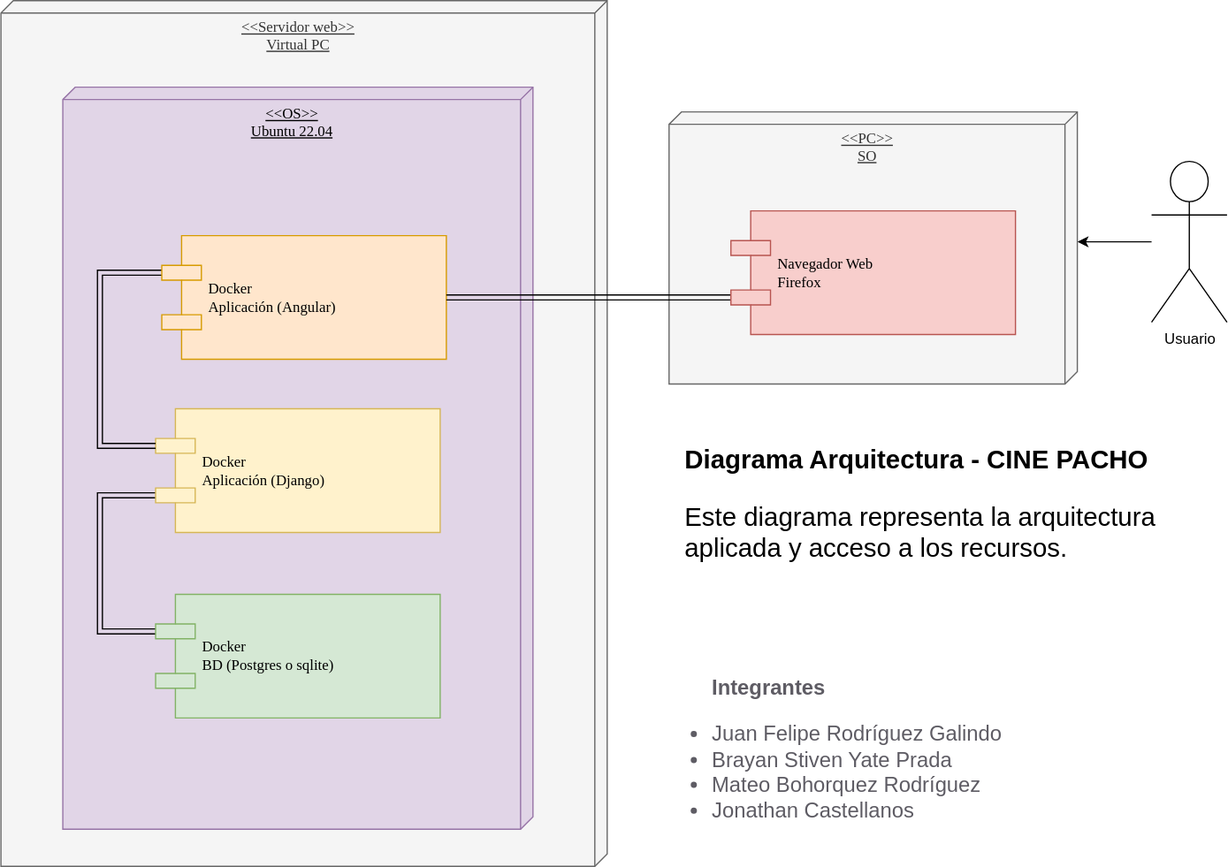
Before: docs/assets/images/pages/planeacion/DiagramaArquitectura.svg, a diagram exported from draw.io (Juferoga/patrones). Source tidied: cells renumbered, new cells last; positions are measured from the earlier drawing's top-left corner, leaving out a move shared by most shapes.
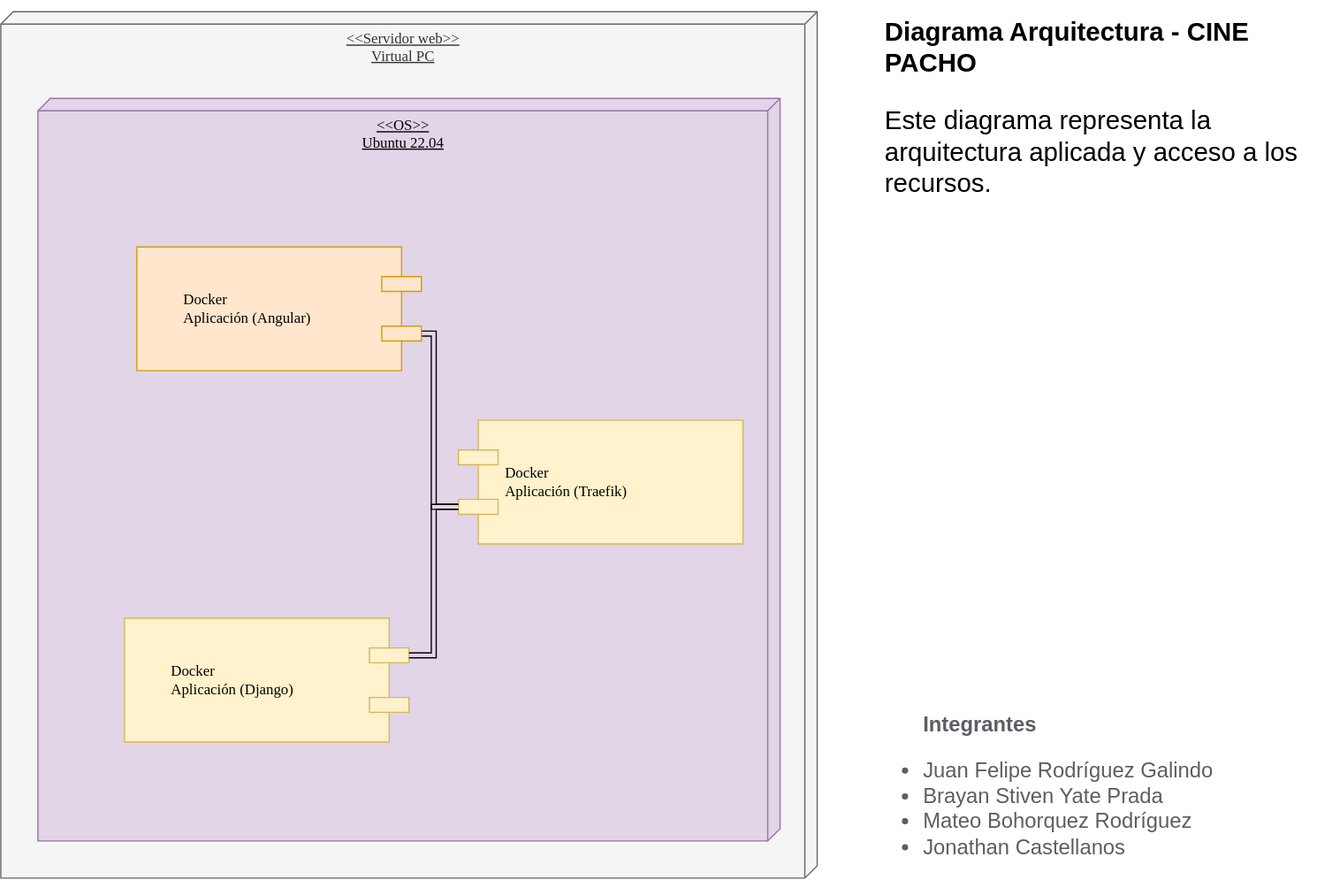
Above is the later version.

Diff of the diagram source:
```diff
@@ -3,56 +3,41 @@
     <mxCell id="0" />
     <mxCell id="1" parent="0" />
     <mxCell id="2" value="&lt;div&gt;&amp;lt;&amp;lt;Servidor web&amp;gt;&amp;gt;&lt;/div&gt;&lt;div&gt;Virtual PC&lt;br&gt;&lt;/div&gt;" style="verticalAlign=top;align=center;spacingTop=8;spacingLeft=2;spacingRight=12;shape=cube;size=10;direction=south;fontStyle=4;html=1;rounded=0;shadow=0;comic=0;labelBackgroundColor=none;strokeWidth=1;fontFamily=Verdana;fontSize=12;fillColor=#f5f5f5;fontColor=#333333;strokeColor=#666666;" parent="1" vertex="1">
-      <mxGeometry width="490" height="700" as="geometry" />
+      <mxGeometry x="-51" y="5" width="660" height="700" as="geometry" />
     </mxCell>
     <mxCell id="3" value="&lt;div&gt;&amp;lt;&amp;lt;OS&amp;gt;&amp;gt;&lt;/div&gt;&lt;div&gt;Ubuntu 22.04&lt;br&gt;&lt;/div&gt;" style="verticalAlign=top;align=center;spacingTop=8;spacingLeft=2;spacingRight=12;shape=cube;size=10;direction=south;fontStyle=4;html=1;rounded=0;shadow=0;comic=0;labelBackgroundColor=none;strokeWidth=1;fontFamily=Verdana;fontSize=12;fillColor=#e1d5e7;strokeColor=#9673a6;" parent="1" vertex="1">
-      <mxGeometry x="50" y="70" width="380" height="600" as="geometry" />
+      <mxGeometry x="-21" y="75" width="600" height="600" as="geometry" />
     </mxCell>
-    <mxCell id="4" style="edgeStyle=orthogonalEdgeStyle;rounded=0;jettySize=auto;html=1;exitX=0;exitY=0.7;exitDx=0;exitDy=0;entryX=0;entryY=0.3;entryDx=0;entryDy=0;shape=link;" parent="1" edge="1" source="5" target="8">
-      <mxGeometry relative="1" as="geometry">
-        <Array as="points">
-          <mxPoint x="80" y="400" />
-          <mxPoint x="80" y="510" />
-        </Array>
-      </mxGeometry>
-    </mxCell>
-    <mxCell id="5" value="&lt;div&gt;Docker &lt;br&gt;&lt;/div&gt;&lt;div&gt;Aplicación (Django)&lt;br&gt;&lt;/div&gt;" style="shape=component;align=left;spacingLeft=36;rounded=0;shadow=0;comic=0;labelBackgroundColor=none;strokeWidth=1;fontFamily=Verdana;fontSize=12;html=1;fillColor=#fff2cc;strokeColor=#d6b656;" parent="1" vertex="1">
-      <mxGeometry x="125" y="330" width="230" height="100" as="geometry" />
+    <mxCell id="5" value="&lt;div&gt;Docker &lt;br&gt;&lt;/div&gt;&lt;div&gt;Aplicación (Django)&lt;br&gt;&lt;/div&gt;" style="shape=component;align=left;spacingLeft=36;rounded=0;shadow=0;comic=0;labelBackgroundColor=none;strokeWidth=1;fontFamily=Verdana;fontSize=12;html=1;fillColor=#fff2cc;strokeColor=#d6b656;direction=west;" parent="1" vertex="1">
+      <mxGeometry x="49" y="495" width="230" height="100" as="geometry" />
     </mxCell>
-    <mxCell id="6" style="edgeStyle=orthogonalEdgeStyle;rounded=0;jettySize=auto;html=1;exitX=0;exitY=0.3;exitDx=0;exitDy=0;entryX=0;entryY=0.3;entryDx=0;entryDy=0;shape=link;" parent="1" edge="1" source="7" target="5">
+    <mxCell id="6" style="edgeStyle=orthogonalEdgeStyle;rounded=0;jettySize=auto;html=1;exitX=0;exitY=0.3;exitDx=0;exitDy=0;shape=link;entryX=0;entryY=0.7;entryDx=0;entryDy=0;" parent="1" edge="1" source="7" target="16">
       <mxGeometry relative="1" as="geometry">
         <Array as="points">
-          <mxPoint x="80" y="220" />
-          <mxPoint x="80" y="360" />
+          <mxPoint x="299" y="265" />
+          <mxPoint x="299" y="405" />
         </Array>
       </mxGeometry>
     </mxCell>
-    <mxCell id="7" value="&lt;div&gt;Docker &lt;br&gt;&lt;/div&gt;&lt;div&gt;Aplicación (Angular)&lt;br&gt;&lt;/div&gt;" style="shape=component;align=left;spacingLeft=36;rounded=0;shadow=0;comic=0;labelBackgroundColor=none;strokeWidth=1;fontFamily=Verdana;fontSize=12;html=1;fillColor=#ffe6cc;strokeColor=#d79b00;" parent="1" vertex="1">
-      <mxGeometry x="130" y="190" width="230" height="100" as="geometry" />
+    <mxCell id="7" value="&lt;div&gt;Docker &lt;br&gt;&lt;/div&gt;&lt;div&gt;Aplicación (Angular)&lt;br&gt;&lt;/div&gt;" style="shape=component;align=left;spacingLeft=36;rounded=0;shadow=0;comic=0;labelBackgroundColor=none;strokeWidth=1;fontFamily=Verdana;fontSize=12;html=1;fillColor=#ffe6cc;strokeColor=#d79b00;direction=west;" parent="1" vertex="1">
+      <mxGeometry x="59" y="195" width="230" height="100" as="geometry" />
     </mxCell>
-    <mxCell id="8" value="&lt;div&gt;Docker &lt;br&gt;&lt;/div&gt;&lt;div&gt;BD (Postgres o sqlite)&lt;br&gt;&lt;/div&gt;" style="shape=component;align=left;spacingLeft=36;rounded=0;shadow=0;comic=0;labelBackgroundColor=none;strokeWidth=1;fontFamily=Verdana;fontSize=12;html=1;fillColor=#d5e8d4;strokeColor=#82b366;" parent="1" vertex="1">
-      <mxGeometry x="125" y="480" width="230" height="100" as="geometry" />
-    </mxCell>
-    <mxCell id="9" style="edgeStyle=orthogonalEdgeStyle;rounded=0;jettySize=auto;html=1;entryX=0;entryY=0;entryDx=105;entryDy=0;entryPerimeter=0;" parent="1" edge="1" source="10" target="11">
-      <mxGeometry relative="1" as="geometry" />
-    </mxCell>
-    <mxCell id="10" value="Usuario" style="shape=umlActor;verticalLabelPosition=bottom;verticalAlign=top;html=1;outlineConnect=0;" parent="1" vertex="1">
-      <mxGeometry x="930" y="130" width="61" height="130" as="geometry" />
-    </mxCell>
-    <mxCell id="11" value="&lt;div&gt;&amp;lt;&amp;lt;PC&amp;gt;&amp;gt;&lt;/div&gt;&lt;div&gt;SO&lt;br&gt;&lt;/div&gt;" style="verticalAlign=top;align=center;spacingTop=8;spacingLeft=2;spacingRight=12;shape=cube;size=10;direction=south;fontStyle=4;html=1;rounded=0;shadow=0;comic=0;labelBackgroundColor=none;strokeWidth=1;fontFamily=Verdana;fontSize=12;fillColor=#f5f5f5;fontColor=#333333;strokeColor=#666666;" parent="1" vertex="1">
-      <mxGeometry x="540" y="90" width="330" height="220" as="geometry" />
-    </mxCell>
-    <mxCell id="12" style="edgeStyle=orthogonalEdgeStyle;rounded=0;jettySize=auto;html=1;entryX=1;entryY=0.5;entryDx=0;entryDy=0;shape=link;exitX=0;exitY=0.7;exitDx=0;exitDy=0;" parent="1" edge="1" source="13" target="7">
-      <mxGeometry relative="1" as="geometry" />
-    </mxCell>
-    <mxCell id="13" value="Navegador Web&lt;br&gt;&lt;div&gt;Firefox&lt;/div&gt;" style="shape=component;align=left;spacingLeft=36;rounded=0;shadow=0;comic=0;labelBackgroundColor=none;strokeWidth=1;fontFamily=Verdana;fontSize=12;html=1;fillColor=#f8cecc;strokeColor=#b85450;" parent="1" vertex="1">
-      <mxGeometry x="590" y="170" width="230" height="100" as="geometry" />
-    </mxCell>
     <mxCell id="14" value="&lt;h1 style=&quot;font-size: 21px;&quot;&gt;Diagrama Arquitectura - CINE PACHO&lt;br style=&quot;font-size: 21px;&quot;&gt;&lt;/h1&gt;&lt;p style=&quot;font-size: 21px;&quot;&gt;Este diagrama representa la arquitectura aplicada y acceso a los recursos.&lt;br style=&quot;font-size: 21px;&quot;&gt;&lt;/p&gt;" style="text;html=1;strokeColor=none;fillColor=none;spacing=5;spacingTop=-20;whiteSpace=wrap;overflow=hidden;rounded=0;fontSize=21;" parent="1" vertex="1">
-      <mxGeometry x="548" y="355" width="443" height="180" as="geometry" />
+      <mxGeometry x="659" y="5" width="372" height="180" as="geometry" />
     </mxCell>
     <mxCell id="15" value="&lt;blockquote style=&quot;font-size: 17px;&quot;&gt;&lt;h1 style=&quot;font-size: 17px;&quot;&gt;&lt;font style=&quot;font-size: 17px;&quot;&gt;Integrantes&lt;/font&gt;&lt;br style=&quot;font-size: 17px;&quot;&gt;&lt;/h1&gt;&lt;/blockquote&gt;&lt;ul style=&quot;font-size: 17px;&quot;&gt;&lt;li style=&quot;font-size: 17px;&quot;&gt;Juan Felipe Rodríguez Galindo&lt;/li&gt;&lt;li style=&quot;font-size: 17px;&quot;&gt;Brayan Stiven Yate Prada&lt;/li&gt;&lt;li style=&quot;font-size: 17px;&quot;&gt;Mateo Bohorquez Rodríguez&lt;/li&gt;&lt;li style=&quot;font-size: 17px;&quot;&gt;Jonathan Castellanos&lt;br style=&quot;font-size: 17px;&quot;&gt;&lt;/li&gt;&lt;/ul&gt;" style="text;html=1;strokeColor=none;fillColor=none;spacing=5;spacingTop=-20;whiteSpace=wrap;overflow=hidden;rounded=0;fontSize=17;fontColor=#5e5c64;" parent="1" vertex="1">
-      <mxGeometry x="530" y="540" width="350" height="140" as="geometry" />
+      <mxGeometry x="650" y="565" width="350" height="140" as="geometry" />
     </mxCell>
+    <mxCell id="16" value="&lt;div&gt;Docker &lt;br&gt;&lt;/div&gt;&lt;div&gt;Aplicación (Traefik)&lt;br&gt;&lt;/div&gt;" style="shape=component;align=left;spacingLeft=36;rounded=0;shadow=0;comic=0;labelBackgroundColor=none;strokeWidth=1;fontFamily=Verdana;fontSize=12;html=1;fillColor=#fff2cc;strokeColor=#d6b656;" parent="1" vertex="1">
+      <mxGeometry x="319" y="335" width="230" height="100" as="geometry" />
+    </mxCell>
+    <mxCell id="17" style="edgeStyle=orthogonalEdgeStyle;rounded=0;jettySize=auto;html=1;shape=link;entryX=0;entryY=0.7;entryDx=0;entryDy=0;exitX=0;exitY=0.7;exitDx=0;exitDy=0;" parent="1" edge="1" source="5" target="16">
+      <mxGeometry relative="1" as="geometry">
+        <Array as="points">
+          <mxPoint x="299" y="525" />
+          <mxPoint x="299" y="405" />
+        </Array>
+      </mxGeometry>
+    </mxCell>
   </root>
 </mxGraphModel>
```
